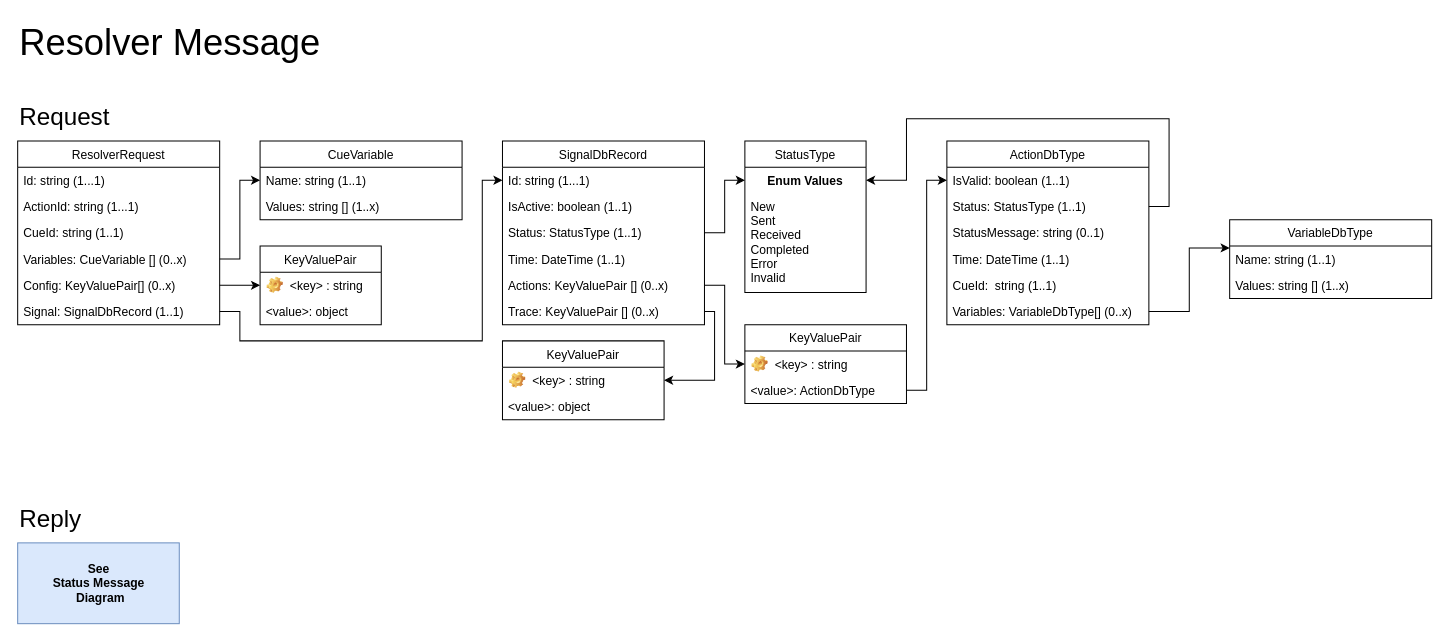
Above: docs/resources/draw.io/ClassDiagram-ResolverMessage.drawio in SynapseProject/syntinel.docs (draw.io), before the change. Source tidied: cells renumbered, new cells numbered last; positions are measured from the earlier drawing's top-left corner, leaving out a move shared by most shapes. Both pictures are drawn from the tidied source at 101%, with x=0, y=0 at pixel (17, 17).
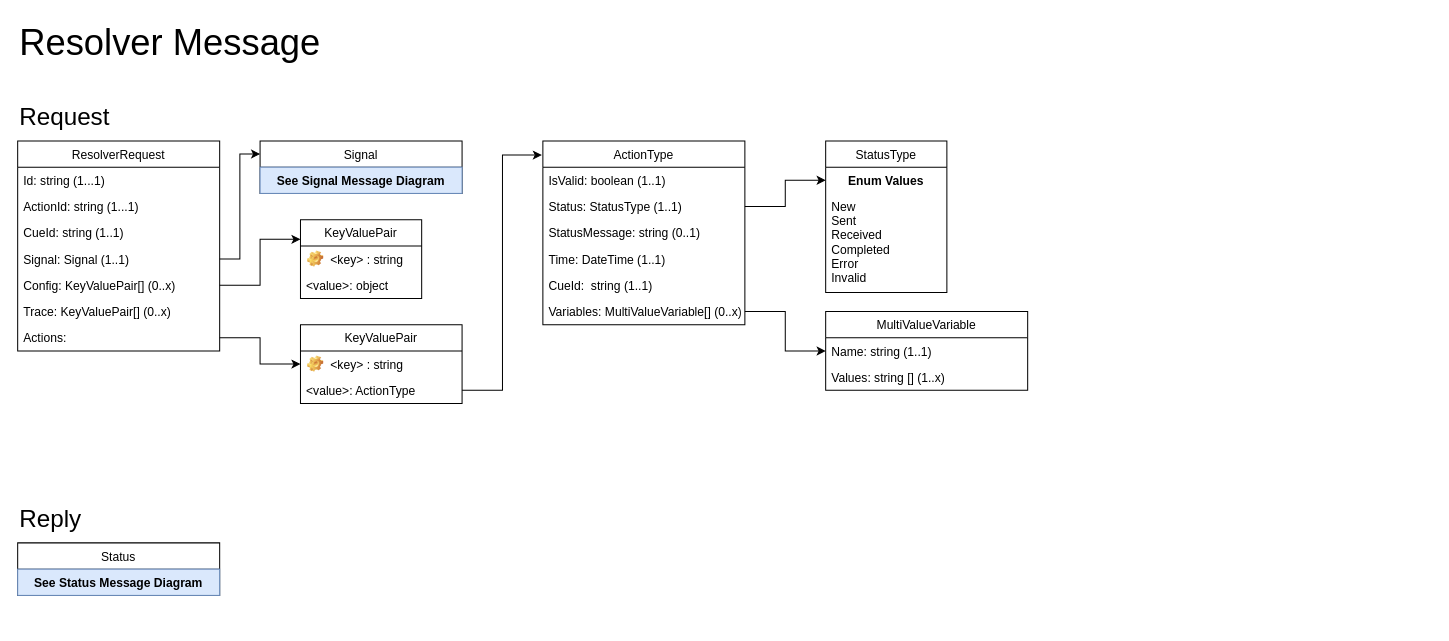
The same page after the edit.

Commit message (it also covers changes not shown here):
Documented and simplified ResolverRequest object

The change refers to these unchanged cells:
```xml
<mxCell id="7" value="Config: KeyValuePair[] (0..x)" style="text;strokeColor=none;fillColor=none;align=left;verticalAlign=top;spacingLeft=4;spacingRight=4;overflow=hidden;points=[[0,0.5],[1,0.5]];portConstraint=eastwest;" parent="2" vertex="1">
  <mxGeometry y="130" width="200" height="26" as="geometry" />
</mxCell>
<mxCell id="33" value="&lt;key&gt; : string" style="label;fontStyle=0;strokeColor=none;fillColor=none;align=left;verticalAlign=top;overflow=hidden;spacingLeft=28;spacingRight=4;points=[[0,0.5],[1,0.5]];portConstraint=eastwest;imageWidth=16;imageHeight=16;image=img/clipart/Gear_128x128.png;" parent="32" vertex="1">
  <mxGeometry y="26" width="160" height="26" as="geometry" />
</mxCell>
<mxCell id="37" value="IsValid: boolean (1..1)" style="text;strokeColor=none;fillColor=none;align=left;verticalAlign=top;spacingLeft=4;spacingRight=4;overflow=hidden;points=[[0,0.5],[1,0.5]];portConstraint=eastwest;" parent="36" vertex="1">
  <mxGeometry y="26" width="200" height="26" as="geometry" />
</mxCell>
<mxCell id="38" value="Status: StatusType (1..1)&#10;" style="text;strokeColor=none;fillColor=none;align=left;verticalAlign=top;spacingLeft=4;spacingRight=4;overflow=hidden;points=[[0,0.5],[1,0.5]];portConstraint=eastwest;" parent="36" vertex="1">
  <mxGeometry y="52" width="200" height="26" as="geometry" />
</mxCell>
<mxCell id="50" value="Name: string (1..1)" style="text;strokeColor=none;fillColor=none;align=left;verticalAlign=top;spacingLeft=4;spacingRight=4;overflow=hidden;points=[[0,0.5],[1,0.5]];portConstraint=eastwest;" parent="49" vertex="1">
  <mxGeometry y="26" width="200" height="26" as="geometry" />
</mxCell>
```

The edit, as a diff of the source:
```diff
@@
     <mxCell id="2" value="ResolverRequest" style="swimlane;fontStyle=0;horizontal=1;startSize=26;fillColor=none;" parent="1" vertex="1">
-      <mxGeometry y="122" width="200" height="182" as="geometry" />
+      <mxGeometry y="122" width="200" height="208" as="geometry" />
     </mxCell>
@@
-    <mxCell id="6" value="Variables: CueVariable [] (0..x)" style="text;strokeColor=none;fillColor=none;align=left;verticalAlign=top;spacingLeft=4;spacingRight=4;overflow=hidden;points=[[0,0.5],[1,0.5]];portConstraint=eastwest;" parent="2" vertex="1">
-      <mxGeometry y="104" width="200" height="26" as="geometry" />
-    </mxCell>
+    <mxCell id="54" value="Signal: Signal (1..1)" style="text;strokeColor=none;fillColor=none;align=left;verticalAlign=top;spacingLeft=4;spacingRight=4;overflow=hidden;points=[[0,0.5],[1,0.5]];portConstraint=eastwest;" parent="2" vertex="1">
+      <mxGeometry y="104" width="200" height="26" as="geometry" />
+    </mxCell>
@@
-    <mxCell id="8" value="Signal: SignalDbRecord (1..1)" style="text;strokeColor=none;fillColor=none;align=left;verticalAlign=top;spacingLeft=4;spacingRight=4;overflow=hidden;points=[[0,0.5],[1,0.5]];portConstraint=eastwest;" parent="2" vertex="1">
+    <mxCell id="8" value="Trace: KeyValuePair[] (0..x)" style="text;strokeColor=none;fillColor=none;align=left;verticalAlign=top;spacingLeft=4;spacingRight=4;overflow=hidden;points=[[0,0.5],[1,0.5]];portConstraint=eastwest;" parent="2" vertex="1">
       <mxGeometry y="156" width="200" height="26" as="geometry" />
     </mxCell>
+    <mxCell id="55" value="Actions: " style="text;strokeColor=none;fillColor=none;align=left;verticalAlign=top;spacingLeft=4;spacingRight=4;overflow=hidden;points=[[0,0.5],[1,0.5]];portConstraint=eastwest;" parent="2" vertex="1">
+      <mxGeometry y="182" width="200" height="26" as="geometry" />
+    </mxCell>
@@
-    <mxCell id="12" value="CueVariable" style="swimlane;fontStyle=0;horizontal=1;startSize=26;fillColor=none;" parent="1" vertex="1">
-      <mxGeometry x="240" y="122" width="200" height="78" as="geometry" />
-    </mxCell>
-    <mxCell id="13" value="Name: string (1..1)" style="text;strokeColor=none;fillColor=none;align=left;verticalAlign=top;spacingLeft=4;spacingRight=4;overflow=hidden;" parent="12" vertex="1">
-      <mxGeometry y="26" width="200" height="26" as="geometry" />
-    </mxCell>
-    <mxCell id="14" value="Values: string [] (1..x)" style="text;strokeColor=none;fillColor=none;align=left;verticalAlign=top;spacingLeft=4;spacingRight=4;overflow=hidden;" parent="12" vertex="1">
-      <mxGeometry y="52" width="200" height="26" as="geometry" />
-    </mxCell>
-    <mxCell id="15" style="edgeStyle=orthogonalEdgeStyle;rounded=0;jettySize=auto;html=1;exitX=1;exitY=0.5;exitDx=0;exitDy=0;entryX=0;entryY=0.5;entryDx=0;entryDy=0;" parent="1" edge="1" source="6" target="12">
-      <mxGeometry relative="1" as="geometry" />
-    </mxCell>
-    <mxCell id="16" style="edgeStyle=orthogonalEdgeStyle;rounded=0;jettySize=auto;html=1;exitX=1;exitY=0.5;exitDx=0;exitDy=0;entryX=0;entryY=0.5;entryDx=0;entryDy=0;" parent="1" edge="1" source="7" target="25">
-      <mxGeometry relative="1" as="geometry" />
-    </mxCell>
+    <mxCell id="56" value="Status" style="swimlane;fontStyle=0;horizontal=1;startSize=26;fillColor=none;" parent="1" vertex="1">
+      <mxGeometry y="520" width="200" height="52" as="geometry" />
+    </mxCell>
+    <mxCell id="53" value="See Status Message Diagram" style="text;strokeColor=#6c8ebf;fillColor=#dae8fc;align=center;verticalAlign=top;spacingLeft=4;spacingRight=4;overflow=hidden;fontStyle=1;" parent="56" vertex="1">
+      <mxGeometry y="26" width="200" height="26" as="geometry" />
+    </mxCell>
+    <mxCell id="52" style="edgeStyle=orthogonalEdgeStyle;rounded=0;jettySize=auto;html=1;exitX=1;exitY=0.5;exitDx=0;exitDy=0;entryX=0;entryY=0.5;entryDx=0;entryDy=0;" parent="1" edge="1" source="42" target="50">
+      <mxGeometry relative="1" as="geometry" />
+    </mxCell>
+    <mxCell id="48" style="edgeStyle=orthogonalEdgeStyle;rounded=0;jettySize=auto;html=1;exitX=1;exitY=0.5;exitDx=0;exitDy=0;entryX=0;entryY=0.5;entryDx=0;entryDy=0;" parent="1" edge="1" source="38" target="29">
+      <mxGeometry relative="1" as="geometry" />
+    </mxCell>
-    <mxCell id="17" value="SignalDbRecord" style="swimlane;fontStyle=0;horizontal=1;startSize=26;fillColor=none;" parent="1" vertex="1">
-      <mxGeometry x="480" y="122" width="200" height="182" as="geometry" />
+    <mxCell id="17" value="Signal" style="swimlane;fontStyle=0;horizontal=1;startSize=26;fillColor=none;" parent="1" vertex="1">
+      <mxGeometry x="240" y="122" width="200" height="52" as="geometry" />
     </mxCell>
-    <mxCell id="18" value="Id: string (1...1)" style="text;strokeColor=none;fillColor=none;align=left;verticalAlign=top;spacingLeft=4;spacingRight=4;overflow=hidden;points=[[0,0.5],[1,0.5]];portConstraint=eastwest;" parent="17" vertex="1">
+    <mxCell id="18" value="See Signal Message Diagram" style="text;strokeColor=#6c8ebf;fillColor=#dae8fc;align=center;verticalAlign=top;spacingLeft=4;spacingRight=4;overflow=hidden;points=[[0,0.5],[1,0.5]];portConstraint=eastwest;fontStyle=1;" parent="17" vertex="1">
       <mxGeometry y="26" width="200" height="26" as="geometry" />
     </mxCell>
-    <mxCell id="19" value="IsActive: boolean (1..1)" style="text;strokeColor=none;fillColor=none;align=left;verticalAlign=top;spacingLeft=4;spacingRight=4;overflow=hidden;" parent="17" vertex="1">
-      <mxGeometry y="52" width="200" height="26" as="geometry" />
-    </mxCell>
-    <mxCell id="20" value="Status: StatusType (1..1)" style="text;strokeColor=none;fillColor=none;align=left;verticalAlign=top;spacingLeft=4;spacingRight=4;overflow=hidden;points=[[0,0.5],[1,0.5]];portConstraint=eastwest;" parent="17" vertex="1">
-      <mxGeometry y="78" width="200" height="26" as="geometry" />
-    </mxCell>
-    <mxCell id="21" value="Time: DateTime (1..1)" style="text;strokeColor=none;fillColor=none;align=left;verticalAlign=top;spacingLeft=4;spacingRight=4;overflow=hidden;" parent="17" vertex="1">
-      <mxGeometry y="104" width="200" height="26" as="geometry" />
-    </mxCell>
-    <mxCell id="22" value="Actions: KeyValuePair [] (0..x)" style="text;strokeColor=none;fillColor=none;align=left;verticalAlign=top;spacingLeft=4;spacingRight=4;overflow=hidden;points=[[0,0.5],[1,0.5]];portConstraint=eastwest;" parent="17" vertex="1">
-      <mxGeometry y="130" width="200" height="26" as="geometry" />
-    </mxCell>
-    <mxCell id="23" value="Trace: KeyValuePair [] (0..x)" style="text;strokeColor=none;fillColor=none;align=left;verticalAlign=top;spacingLeft=4;spacingRight=4;overflow=hidden;points=[[0,0.5],[1,0.5]];portConstraint=eastwest;" parent="17" vertex="1">
-      <mxGeometry y="156" width="200" height="26" as="geometry" />
-    </mxCell>
-    <mxCell id="24" style="edgeStyle=orthogonalEdgeStyle;rounded=0;jettySize=auto;html=1;exitX=1;exitY=0.5;exitDx=0;exitDy=0;entryX=0;entryY=0.5;entryDx=0;entryDy=0;" parent="1" edge="1" source="8" target="18">
-      <mxGeometry relative="1" as="geometry">
-        <Array as="points">
-          <mxPoint x="220" y="291" />
-          <mxPoint x="220" y="320" />
-          <mxPoint x="460" y="320" />
-          <mxPoint x="460" y="161" />
-        </Array>
-      </mxGeometry>
-    </mxCell>
+    <mxCell id="16" style="edgeStyle=orthogonalEdgeStyle;rounded=0;jettySize=auto;html=1;exitX=1;exitY=0.5;exitDx=0;exitDy=0;entryX=0;entryY=0.25;entryDx=0;entryDy=0;" parent="1" edge="1" source="7" target="25">
+      <mxGeometry relative="1" as="geometry" />
+    </mxCell>
     <mxCell id="25" value="KeyValuePair" style="swimlane;fontStyle=0;horizontal=1;startSize=26;fillColor=none;" parent="1" vertex="1">
-      <mxGeometry x="240" y="226" width="120" height="78" as="geometry" />
+      <mxGeometry x="280" y="200" width="120" height="78" as="geometry" />
     </mxCell>
@@
-    <mxCell id="28" value="StatusType" style="swimlane;fontStyle=0;horizontal=1;startSize=26;fillColor=none;" parent="1" vertex="1">
-      <mxGeometry x="720" y="122" width="120" height="150" as="geometry" />
-    </mxCell>
-    <mxCell id="29" value="Enum Values" style="text;align=center;fontStyle=1;verticalAlign=middle;spacingLeft=3;spacingRight=3;strokeColor=none;points=[[0,0.5],[1,0.5]];portConstraint=eastwest;" parent="28" vertex="1">
-      <mxGeometry y="26" width="120" height="26" as="geometry" />
-    </mxCell>
-    <mxCell id="30" value="New&#10;Sent&#10;Received&#10;Completed&#10;Error&#10;Invalid&#10;" style="text;strokeColor=none;fillColor=none;align=left;verticalAlign=top;spacingLeft=4;spacingRight=4;overflow=hidden;" parent="28" vertex="1">
-      <mxGeometry y="52" width="120" height="98" as="geometry" />
-    </mxCell>
-    <mxCell id="31" style="edgeStyle=orthogonalEdgeStyle;rounded=0;jettySize=auto;html=1;exitX=1;exitY=0.5;exitDx=0;exitDy=0;entryX=0;entryY=0.5;entryDx=0;entryDy=0;" parent="1" edge="1" source="20" target="29">
-      <mxGeometry relative="1" as="geometry" />
-    </mxCell>
     <mxCell id="32" value="KeyValuePair" style="swimlane;fontStyle=0;horizontal=1;startSize=26;fillColor=none;" parent="1" vertex="1">
-      <mxGeometry x="720" y="304" width="160" height="78" as="geometry" />
+      <mxGeometry x="280" y="304" width="160" height="78" as="geometry" />
     </mxCell>
@@
-    <mxCell id="34" value="&lt;value&gt;: ActionDbType" style="text;strokeColor=none;fillColor=none;align=left;verticalAlign=top;spacingLeft=4;spacingRight=4;overflow=hidden;points=[[0,0.5],[1,0.5]];portConstraint=eastwest;" parent="32" vertex="1">
+    <mxCell id="34" value="&lt;value&gt;: ActionType" style="text;strokeColor=none;fillColor=none;align=left;verticalAlign=top;spacingLeft=4;spacingRight=4;overflow=hidden;points=[[0,0.5],[1,0.5]];portConstraint=eastwest;" parent="32" vertex="1">
       <mxGeometry y="52" width="160" height="26" as="geometry" />
     </mxCell>
-    <mxCell id="35" style="edgeStyle=orthogonalEdgeStyle;rounded=0;jettySize=auto;html=1;exitX=1;exitY=0.5;exitDx=0;exitDy=0;entryX=0;entryY=0.5;entryDx=0;entryDy=0;" parent="1" edge="1" source="22" target="33">
-      <mxGeometry relative="1" as="geometry" />
-    </mxCell>
+    <mxCell id="57" style="edgeStyle=orthogonalEdgeStyle;rounded=0;jettySize=auto;html=1;exitX=1;exitY=0.5;exitDx=0;exitDy=0;" parent="1" edge="1" source="55" target="32">
+      <mxGeometry relative="1" as="geometry" />
+    </mxCell>
+    <mxCell id="58" style="edgeStyle=orthogonalEdgeStyle;rounded=0;jettySize=auto;html=1;exitX=1;exitY=0.5;exitDx=0;exitDy=0;entryX=0;entryY=0.25;entryDx=0;entryDy=0;" parent="1" edge="1" source="54" target="17">
+      <mxGeometry relative="1" as="geometry" />
+    </mxCell>
-    <mxCell id="36" value="ActionDbType" style="swimlane;fontStyle=0;horizontal=1;startSize=26;fillColor=none;" parent="1" vertex="1">
-      <mxGeometry x="920" y="122" width="200" height="182" as="geometry" />
+    <mxCell id="36" value="ActionType" style="swimlane;fontStyle=0;horizontal=1;startSize=26;fillColor=none;" parent="1" vertex="1">
+      <mxGeometry x="520" y="122" width="200" height="182" as="geometry" />
     </mxCell>
@@
-    <mxCell id="42" value="Variables: VariableDbType[] (0..x)" style="text;strokeColor=none;fillColor=none;align=left;verticalAlign=top;spacingLeft=4;spacingRight=4;overflow=hidden;points=[[0,0.5],[1,0.5]];portConstraint=eastwest;" parent="36" vertex="1">
+    <mxCell id="42" value="Variables: MultiValueVariable[] (0..x)" style="text;strokeColor=none;fillColor=none;align=left;verticalAlign=top;spacingLeft=4;spacingRight=4;overflow=hidden;points=[[0,0.5],[1,0.5]];portConstraint=eastwest;" parent="36" vertex="1">
       <mxGeometry y="156" width="200" height="26" as="geometry" />
     </mxCell>
-    <mxCell id="43" style="edgeStyle=orthogonalEdgeStyle;rounded=0;jettySize=auto;html=1;exitX=1;exitY=0.5;exitDx=0;exitDy=0;entryX=0;entryY=0.5;entryDx=0;entryDy=0;" parent="1" edge="1" source="34" target="37">
-      <mxGeometry relative="1" as="geometry" />
-    </mxCell>
-    <mxCell id="44" value="KeyValuePair" style="swimlane;fontStyle=0;horizontal=1;startSize=26;fillColor=none;" parent="1" vertex="1">
-      <mxGeometry x="480" y="320" width="160" height="78" as="geometry" />
-    </mxCell>
-    <mxCell id="45" value="&lt;key&gt; : string" style="label;fontStyle=0;strokeColor=none;fillColor=none;align=left;verticalAlign=top;overflow=hidden;spacingLeft=28;spacingRight=4;points=[[0,0.5],[1,0.5]];portConstraint=eastwest;imageWidth=16;imageHeight=16;image=img/clipart/Gear_128x128.png;" parent="44" vertex="1">
-      <mxGeometry y="26" width="160" height="26" as="geometry" />
-    </mxCell>
-    <mxCell id="46" value="&lt;value&gt;: object" style="text;strokeColor=none;fillColor=none;align=left;verticalAlign=top;spacingLeft=4;spacingRight=4;overflow=hidden;" parent="44" vertex="1">
-      <mxGeometry y="52" width="160" height="26" as="geometry" />
-    </mxCell>
-    <mxCell id="47" style="edgeStyle=orthogonalEdgeStyle;rounded=0;jettySize=auto;html=1;exitX=1;exitY=0.5;exitDx=0;exitDy=0;entryX=1;entryY=0.5;entryDx=0;entryDy=0;" parent="1" edge="1" source="23" target="45">
-      <mxGeometry relative="1" as="geometry">
-        <Array as="points">
-          <mxPoint x="690" y="291" />
-          <mxPoint x="690" y="359" />
-        </Array>
-      </mxGeometry>
-    </mxCell>
-    <mxCell id="48" style="edgeStyle=orthogonalEdgeStyle;rounded=0;jettySize=auto;html=1;exitX=1;exitY=0.5;exitDx=0;exitDy=0;entryX=1;entryY=0.5;entryDx=0;entryDy=0;" parent="1" edge="1" source="38" target="29">
-      <mxGeometry relative="1" as="geometry">
-        <Array as="points">
-          <mxPoint x="1140" y="187" />
-          <mxPoint x="1140" y="100" />
-          <mxPoint x="880" y="100" />
-          <mxPoint x="880" y="161" />
-        </Array>
-      </mxGeometry>
-    </mxCell>
+    <mxCell id="28" value="StatusType" style="swimlane;fontStyle=0;horizontal=1;startSize=26;fillColor=none;" parent="1" vertex="1">
+      <mxGeometry x="800" y="122" width="120" height="150" as="geometry" />
+    </mxCell>
+    <mxCell id="29" value="Enum Values" style="text;align=center;fontStyle=1;verticalAlign=middle;spacingLeft=3;spacingRight=3;strokeColor=none;points=[[0,0.5],[1,0.5]];portConstraint=eastwest;" parent="28" vertex="1">
+      <mxGeometry y="26" width="120" height="26" as="geometry" />
+    </mxCell>
+    <mxCell id="30" value="New&#10;Sent&#10;Received&#10;Completed&#10;Error&#10;Invalid&#10;" style="text;strokeColor=none;fillColor=none;align=left;verticalAlign=top;spacingLeft=4;spacingRight=4;overflow=hidden;" parent="28" vertex="1">
+      <mxGeometry y="52" width="120" height="98" as="geometry" />
+    </mxCell>
-    <mxCell id="49" value="VariableDbType" style="swimlane;fontStyle=0;horizontal=1;startSize=26;fillColor=none;" parent="1" vertex="1">
-      <mxGeometry x="1200" y="200" width="200" height="78" as="geometry" />
+    <mxCell id="49" value="MultiValueVariable" style="swimlane;fontStyle=0;horizontal=1;startSize=26;fillColor=none;" parent="1" vertex="1">
+      <mxGeometry x="800" y="291" width="200" height="78" as="geometry" />
     </mxCell>
@@
-    <mxCell id="52" style="edgeStyle=orthogonalEdgeStyle;rounded=0;jettySize=auto;html=1;exitX=1;exitY=0.5;exitDx=0;exitDy=0;entryX=0;entryY=0.077;entryDx=0;entryDy=0;entryPerimeter=0;" parent="1" edge="1" source="42" target="50">
-      <mxGeometry relative="1" as="geometry" />
-    </mxCell>
-    <mxCell id="53" value="&lt;b&gt;See&lt;br&gt;Status Message&lt;br&gt;&amp;nbsp;Diagram&lt;br&gt;&lt;/b&gt;" style="html=1;fillColor=#dae8fc;strokeColor=#6c8ebf;" parent="1" vertex="1">
-      <mxGeometry y="520" width="160" height="80" as="geometry" />
-    </mxCell>
+    <mxCell id="59" style="edgeStyle=orthogonalEdgeStyle;rounded=0;jettySize=auto;html=1;exitX=1;exitY=0.5;exitDx=0;exitDy=0;entryX=-0.005;entryY=0.077;entryDx=0;entryDy=0;entryPerimeter=0;" parent="1" edge="1" source="34" target="36">
+      <mxGeometry relative="1" as="geometry" />
+    </mxCell>
```
